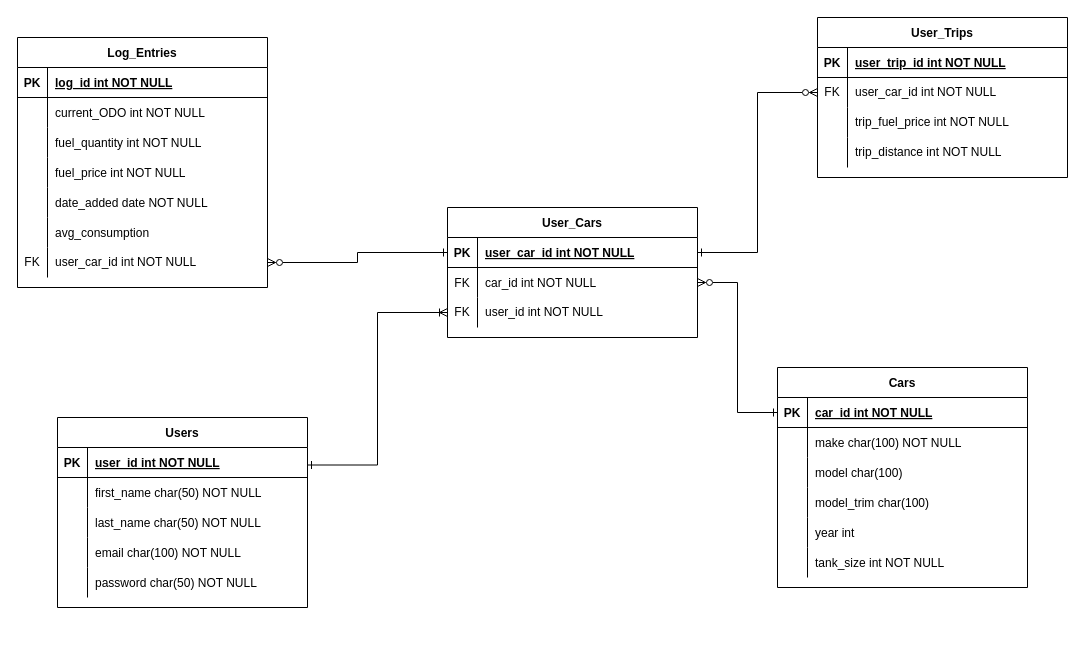
Above: Fuel-log-API-ERD.drawio in jordansaker/ERDs (draw.io), before the change. Source tidied: cells renumbered, new cells numbered last; positions are measured from the earlier drawing's top-left corner, leaving out a move shared by most shapes. Both pictures are drawn from the tidied source at 100%, with x=0, y=0 at pixel (17, 17).
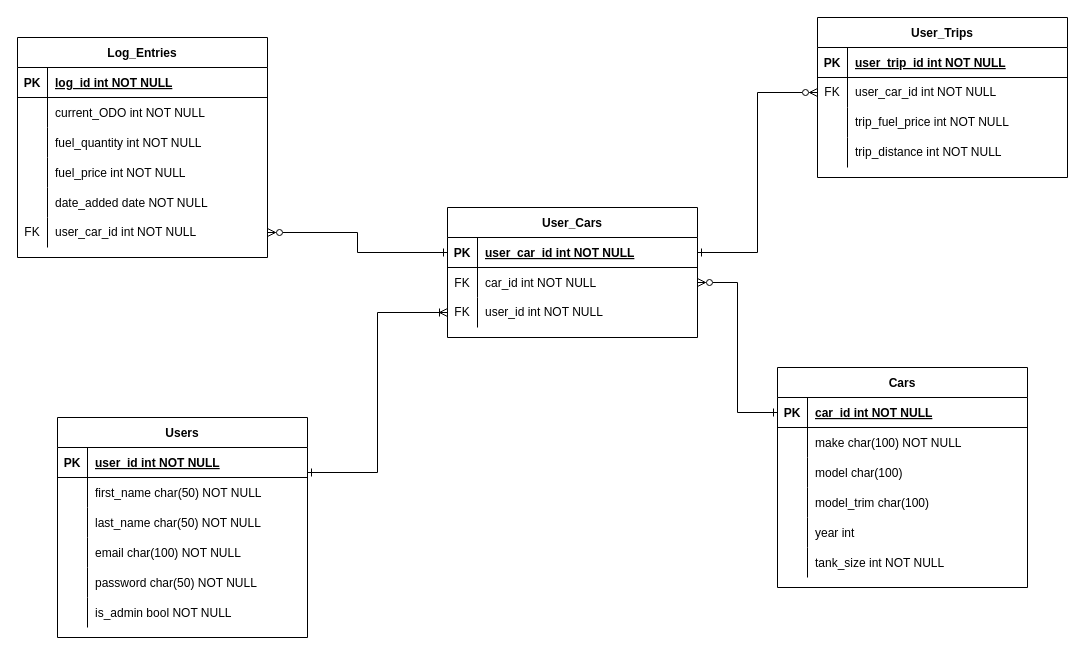
The same diagram, later.

What changed in the source:
```diff
@@
     <mxCell id="31" value="Users" style="shape=table;startSize=30;childLayout=tableLayout;rowLines=0;fontStyle=1;align=center;" parent="1" vertex="1">
-      <mxGeometry x="40" y="400" width="250" height="190" as="geometry" />
+      <mxGeometry x="40" y="400" width="250" height="220" as="geometry" />
     </mxCell>
@@
+    <mxCell id="63" style="shape=tableRow;horizontal=0;startSize=0;swimlaneHead=0;swimlaneBody=0;fillColor=none;top=0;left=0;right=0;bottom=0;" parent="31" vertex="1">
+      <mxGeometry y="180" width="250" height="30" as="geometry" />
+    </mxCell>
+    <mxCell id="64" style="shape=partialRectangle;fillColor=none;top=0;left=0;bottom=0;right=0;overflow=hidden;" parent="63" vertex="1">
+      <mxGeometry width="30" height="30" as="geometry" />
+    </mxCell>
+    <mxCell id="86" value="is_admin bool NOT NULL" style="shape=partialRectangle;fillColor=none;top=0;left=0;bottom=0;right=0;align=left;spacingLeft=6;overflow=hidden;" parent="63" vertex="1">
+      <mxGeometry x="30" width="220" height="30" as="geometry" />
+    </mxCell>
     <mxCell id="47" value="Log_Entries" style="shape=table;startSize=30;childLayout=tableLayout;rowLines=0;fontStyle=1;align=center;" parent="1" vertex="1">
-      <mxGeometry y="20" width="250" height="250" as="geometry" />
+      <mxGeometry y="20" width="250" height="220" as="geometry" />
     </mxCell>
@@
-    <mxCell id="63" style="shape=tableRow;horizontal=0;startSize=0;swimlaneHead=0;swimlaneBody=0;fillColor=none;top=0;left=0;right=0;bottom=0;" parent="47" vertex="1">
-      <mxGeometry y="180" width="250" height="30" as="geometry" />
-    </mxCell>
-    <mxCell id="64" style="shape=partialRectangle;fillColor=none;top=0;left=0;bottom=0;right=0;overflow=hidden;" parent="63" vertex="1">
-      <mxGeometry width="30" height="30" as="geometry" />
-    </mxCell>
-    <mxCell id="65" value="avg_consumption" style="shape=partialRectangle;fillColor=none;top=0;left=0;bottom=0;right=0;align=left;spacingLeft=6;overflow=hidden;" parent="63" vertex="1">
-      <mxGeometry x="30" width="220" height="30" as="geometry" />
-    </mxCell>
     <mxCell id="66" style="shape=tableRow;horizontal=0;startSize=0;swimlaneHead=0;swimlaneBody=0;fillColor=none;points=[[0,0.5],[1,0.5]];portConstraint=eastwest;top=0;left=0;right=0;bottom=0;" parent="47" vertex="1">
-      <mxGeometry y="210" width="250" height="30" as="geometry" />
+      <mxGeometry y="180" width="250" height="30" as="geometry" />
     </mxCell>
```
